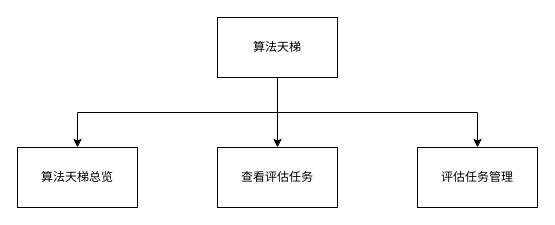
goatbjh/draw.io.repos keeps this draw.io diagram as Untitled Diagram.drawio. Above is the earlier version. Source tidied: cells renumbered, new cells numbered last; positions are measured from the earlier drawing's top-left corner, leaving out a move shared by most shapes. Both pictures are drawn from the tidied source at 100%, with x=0, y=0 at pixel (17, 17).
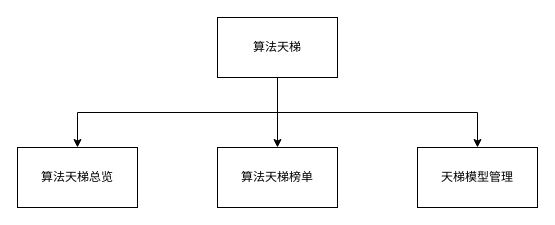
The same diagram, later.

The edit, as a diff of the source:
```diff
@@
 <mxGraphModel>
   <root>
     <mxCell id="0" />
     <mxCell id="1" parent="0" />
     <mxCell id="2" style="edgeStyle=orthogonalEdgeStyle;rounded=0;jettySize=auto;html=1;exitX=0.5;exitY=1;exitDx=0;exitDy=0;" parent="1" edge="1" source="5" target="6">
       <mxGeometry relative="1" as="geometry" />
     </mxCell>
     <mxCell id="3" style="edgeStyle=orthogonalEdgeStyle;rounded=0;jettySize=auto;html=1;exitX=0.5;exitY=1;exitDx=0;exitDy=0;entryX=0.5;entryY=0;entryDx=0;entryDy=0;" parent="1" edge="1" source="5" target="7">
       <mxGeometry relative="1" as="geometry" />
     </mxCell>
     <mxCell id="4" style="edgeStyle=orthogonalEdgeStyle;rounded=0;jettySize=auto;html=1;exitX=0.5;exitY=1;exitDx=0;exitDy=0;" parent="1" edge="1" source="5" target="8">
       <mxGeometry relative="1" as="geometry" />
     </mxCell>
     <mxCell id="5" value="算法天梯" style="rounded=0;whiteSpace=wrap;html=1;" parent="1" vertex="1">
       <mxGeometry x="200" width="120" height="60" as="geometry" />
     </mxCell>
     <mxCell id="6" value="算法天梯总览" style="rounded=0;whiteSpace=wrap;html=1;" parent="1" vertex="1">
       <mxGeometry y="130" width="120" height="60" as="geometry" />
     </mxCell>
-    <mxCell id="7" value="查看评估任务" style="rounded=0;whiteSpace=wrap;html=1;" parent="1" vertex="1">
+    <mxCell id="7" value="算法天梯榜单" style="rounded=0;whiteSpace=wrap;html=1;" parent="1" vertex="1">
       <mxGeometry x="200" y="130" width="120" height="60" as="geometry" />
     </mxCell>
-    <mxCell id="8" value="评估任务管理" style="rounded=0;whiteSpace=wrap;html=1;" parent="1" vertex="1">
+    <mxCell id="8" value="天梯模型管理" style="rounded=0;whiteSpace=wrap;html=1;" parent="1" vertex="1">
       <mxGeometry x="400" y="130" width="120" height="60" as="geometry" />
     </mxCell>
   </root>
 </mxGraphModel>
```
